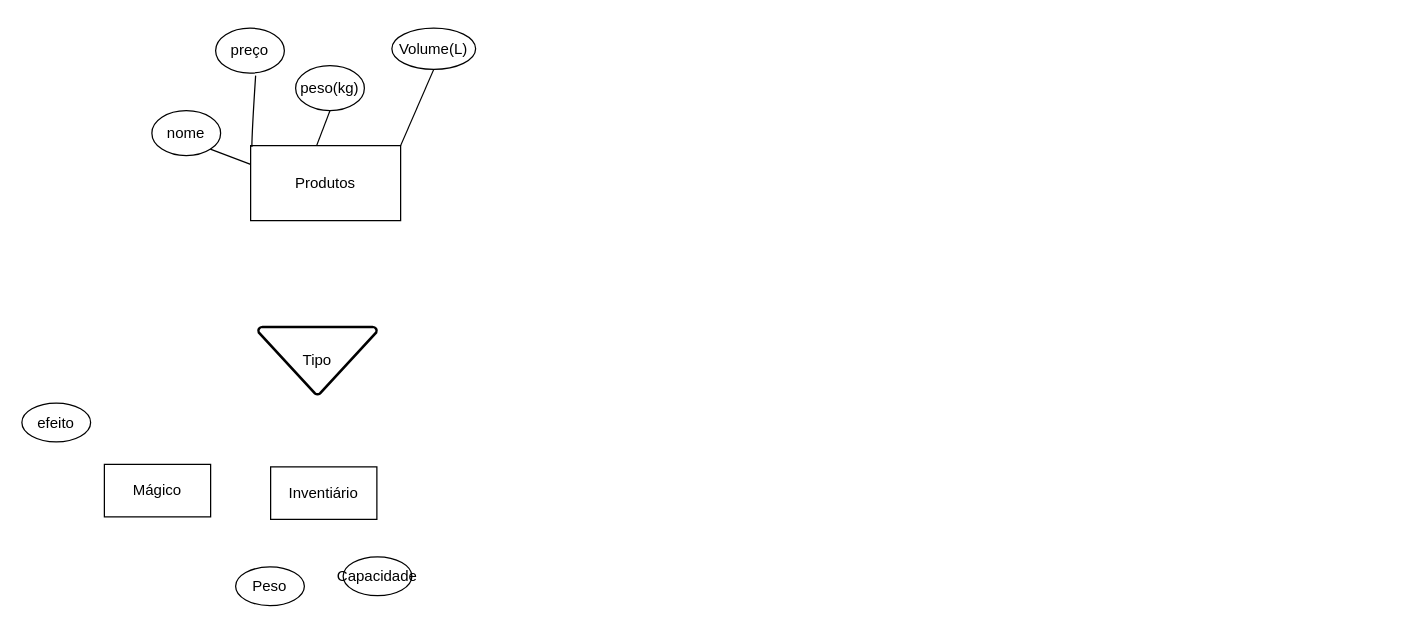
Earlier version of the draw.io diagram ProvaBD.drawio (Natalia-Dias22/Algoritmos3). Source tidied: cells renumbered, new cells numbered last; positions are measured from the earlier drawing's top-left corner, leaving out a move shared by most shapes. Both pictures are drawn from the tidied source at 125%, with x=0, y=0 at pixel (21, 28).
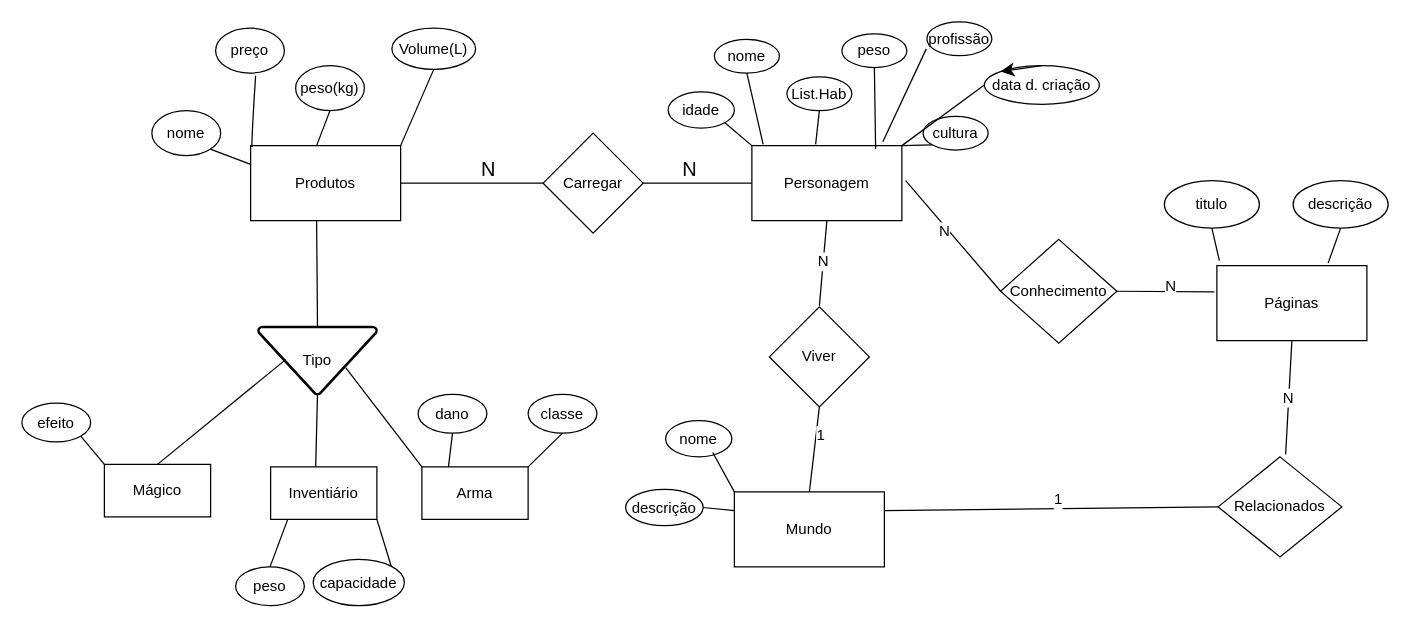
The same diagram, later.

Unchanged cells that the change refers to:
```xml
<mxCell id="2" value="Produtos" style="rounded=0;whiteSpace=wrap;html=1;" parent="1" vertex="1">
  <mxGeometry x="183" y="94" width="120" height="60" as="geometry" />
</mxCell>
<mxCell id="11" value="Tipo" style="strokeWidth=2;html=1;shape=mxgraph.flowchart.merge_or_storage;whiteSpace=wrap;" parent="1" vertex="1">
  <mxGeometry x="189" y="239" width="95" height="54" as="geometry" />
</mxCell>
<mxCell id="12" value="Mágico" style="rounded=0;whiteSpace=wrap;html=1;" parent="1" vertex="1">
  <mxGeometry x="66" y="349" width="85" height="42" as="geometry" />
</mxCell>
<mxCell id="13" value="efeito" style="ellipse;whiteSpace=wrap;html=1;" parent="1" vertex="1">
  <mxGeometry y="300" width="55" height="31" as="geometry" />
</mxCell>
<mxCell id="14" value="Inventiário" style="rounded=0;whiteSpace=wrap;html=1;" parent="1" vertex="1">
  <mxGeometry x="199" y="351" width="85" height="42" as="geometry" />
</mxCell>
```

Change to the diagram source:
```diff
@@
-    <mxCell id="15" value="Peso" style="ellipse;whiteSpace=wrap;html=1;" parent="1" vertex="1">
+    <mxCell id="15" value="peso" style="ellipse;whiteSpace=wrap;html=1;" parent="1" vertex="1">
       <mxGeometry x="171" y="431" width="55" height="31" as="geometry" />
     </mxCell>
-    <mxCell id="16" value="Capacidade" style="ellipse;whiteSpace=wrap;html=1;" parent="1" vertex="1">
-      <mxGeometry x="257" y="423" width="55" height="31" as="geometry" />
+    <mxCell id="16" value="capacidade" style="ellipse;whiteSpace=wrap;html=1;" parent="1" vertex="1">
+      <mxGeometry x="233" y="425" width="73" height="37" as="geometry" />
     </mxCell>
+    <mxCell id="17" value="classe" style="ellipse;whiteSpace=wrap;html=1;" parent="1" vertex="1">
+      <mxGeometry x="405" y="293" width="55" height="31" as="geometry" />
+    </mxCell>
+    <mxCell id="18" value="Arma" style="rounded=0;whiteSpace=wrap;html=1;" parent="1" vertex="1">
+      <mxGeometry x="320" y="351" width="85" height="42" as="geometry" />
+    </mxCell>
+    <mxCell id="19" value="dano" style="ellipse;whiteSpace=wrap;html=1;" parent="1" vertex="1">
+      <mxGeometry x="317" y="293" width="55" height="31" as="geometry" />
+    </mxCell>
+    <mxCell id="20" style="endArrow=none;html=1;rounded=0;fontSize=12;startSize=8;endSize=8;curved=1;entryX=0.5;entryY=0;entryDx=0;entryDy=0;entryPerimeter=0;exitX=0.44;exitY=1;exitDx=0;exitDy=0;exitPerimeter=0;" parent="1" edge="1" source="2" target="11">
+      <mxGeometry relative="1" as="geometry" />
+    </mxCell>
+    <mxCell id="21" style="endArrow=none;html=1;rounded=0;fontSize=12;startSize=8;endSize=8;curved=1;exitX=0.5;exitY=0;exitDx=0;exitDy=0;entryX=0.232;entryY=0.485;entryDx=0;entryDy=0;entryPerimeter=0;" parent="1" edge="1" source="12" target="11">
+      <mxGeometry relative="1" as="geometry" />
+    </mxCell>
+    <mxCell id="22" style="endArrow=none;html=1;rounded=0;fontSize=12;startSize=8;endSize=8;curved=1;entryX=0.5;entryY=1;entryDx=0;entryDy=0;entryPerimeter=0;exitX=0.424;exitY=-0.005;exitDx=0;exitDy=0;exitPerimeter=0;" parent="1" edge="1" source="14" target="11">
+      <mxGeometry relative="1" as="geometry" />
+    </mxCell>
+    <mxCell id="23" style="endArrow=none;html=1;rounded=0;fontSize=12;startSize=8;endSize=8;curved=1;entryX=0;entryY=0;entryDx=0;entryDy=0;exitX=0.737;exitY=0.604;exitDx=0;exitDy=0;exitPerimeter=0;" parent="1" edge="1" source="11" target="18">
+      <mxGeometry relative="1" as="geometry" />
+    </mxCell>
+    <mxCell id="24" style="endArrow=none;html=1;rounded=0;fontSize=12;startSize=8;endSize=8;curved=1;exitX=0;exitY=0;exitDx=0;exitDy=0;entryX=1;entryY=1;entryDx=0;entryDy=0;" parent="1" edge="1" source="12" target="13">
+      <mxGeometry relative="1" as="geometry" />
+    </mxCell>
+    <mxCell id="25" style="endArrow=none;html=1;rounded=0;fontSize=12;startSize=8;endSize=8;curved=1;exitX=0.25;exitY=0;exitDx=0;exitDy=0;entryX=0.5;entryY=1;entryDx=0;entryDy=0;" parent="1" edge="1" source="18" target="19">
+      <mxGeometry relative="1" as="geometry" />
+    </mxCell>
+    <mxCell id="26" style="endArrow=none;html=1;rounded=0;fontSize=12;startSize=8;endSize=8;curved=1;exitX=0.5;exitY=1;exitDx=0;exitDy=0;entryX=1;entryY=0;entryDx=0;entryDy=0;" parent="1" edge="1" source="17" target="18">
+      <mxGeometry relative="1" as="geometry" />
+    </mxCell>
+    <mxCell id="27" style="endArrow=none;html=1;rounded=0;fontSize=12;startSize=8;endSize=8;curved=1;exitX=0.16;exitY=1.005;exitDx=0;exitDy=0;entryX=0.5;entryY=0;entryDx=0;entryDy=0;exitPerimeter=0;" parent="1" edge="1" source="14" target="15">
+      <mxGeometry relative="1" as="geometry" />
+    </mxCell>
+    <mxCell id="28" value="Carregar" style="rhombus;whiteSpace=wrap;html=1;" parent="1" vertex="1">
+      <mxGeometry x="417" y="84" width="80" height="80" as="geometry" />
+    </mxCell>
+    <mxCell id="29" value="Personagem" style="rounded=0;whiteSpace=wrap;html=1;" parent="1" vertex="1">
+      <mxGeometry x="584" y="94" width="120" height="60" as="geometry" />
+    </mxCell>
+    <mxCell id="30" value="idade" style="ellipse;whiteSpace=wrap;html=1;" parent="1" vertex="1">
+      <mxGeometry x="517" y="51" width="53" height="29" as="geometry" />
+    </mxCell>
+    <mxCell id="31" value="nome" style="ellipse;whiteSpace=wrap;html=1;" parent="1" vertex="1">
+      <mxGeometry x="554" y="9" width="52" height="27" as="geometry" />
+    </mxCell>
+    <mxCell id="32" style="endArrow=none;html=1;rounded=0;fontSize=12;startSize=8;endSize=8;curved=1;entryX=0;entryY=0.5;entryDx=0;entryDy=0;exitX=1;exitY=0.5;exitDx=0;exitDy=0;" parent="1" edge="1" source="2" target="28">
+      <mxGeometry relative="1" as="geometry" />
+    </mxCell>
+    <mxCell id="33" style="endArrow=none;html=1;rounded=0;fontSize=12;startSize=8;endSize=8;curved=1;entryX=1;entryY=0.5;entryDx=0;entryDy=0;exitX=0;exitY=0.5;exitDx=0;exitDy=0;" parent="1" edge="1" source="29" target="28">
+      <mxGeometry relative="1" as="geometry" />
+    </mxCell>
+    <mxCell id="34" value="List.Hab" style="ellipse;whiteSpace=wrap;html=1;" parent="1" vertex="1">
+      <mxGeometry x="612" y="39" width="52" height="27" as="geometry" />
+    </mxCell>
+    <mxCell id="35" value="peso" style="ellipse;whiteSpace=wrap;html=1;" parent="1" vertex="1">
+      <mxGeometry x="656" y="4.5" width="52" height="27" as="geometry" />
+    </mxCell>
+    <mxCell id="36" value="profissão" style="ellipse;whiteSpace=wrap;html=1;" parent="1" vertex="1">
+      <mxGeometry x="724" y="-5" width="52" height="27" as="geometry" />
+    </mxCell>
+    <mxCell id="37" value="data d. criação" style="ellipse;whiteSpace=wrap;html=1;" parent="1" vertex="1">
+      <mxGeometry x="770" y="30" width="92" height="31" as="geometry" />
+    </mxCell>
+    <mxCell id="38" value="cultura" style="ellipse;whiteSpace=wrap;html=1;" parent="1" vertex="1">
+      <mxGeometry x="721" y="70.5" width="52" height="27" as="geometry" />
+    </mxCell>
+    <mxCell id="39" style="edgeStyle=none;curved=1;rounded=0;orthogonalLoop=1;jettySize=auto;html=1;exitX=0.5;exitY=0;exitDx=0;exitDy=0;entryX=0;entryY=0;entryDx=0;entryDy=0;fontSize=12;startSize=8;endSize=8;" parent="1" edge="1" source="37" target="37">
+      <mxGeometry relative="1" as="geometry" />
+    </mxCell>
+    <mxCell id="40" style="endArrow=none;html=1;rounded=0;fontSize=12;startSize=8;endSize=8;curved=1;entryX=0;entryY=0;entryDx=0;entryDy=0;exitX=1;exitY=1;exitDx=0;exitDy=0;" parent="1" edge="1" source="30" target="29">
+      <mxGeometry relative="1" as="geometry" />
+    </mxCell>
+    <mxCell id="41" style="endArrow=none;html=1;rounded=0;fontSize=12;startSize=8;endSize=8;curved=1;exitX=0.5;exitY=1;exitDx=0;exitDy=0;" parent="1" edge="1" source="31">
+      <mxGeometry relative="1" as="geometry">
+        <mxPoint x="593" y="93" as="targetPoint" />
+      </mxGeometry>
+    </mxCell>
+    <mxCell id="42" style="endArrow=none;html=1;rounded=0;fontSize=12;startSize=8;endSize=8;curved=1;entryX=1;entryY=0;entryDx=0;entryDy=0;exitX=0;exitY=1;exitDx=0;exitDy=0;" parent="1" edge="1" source="38" target="29">
+      <mxGeometry relative="1" as="geometry" />
+    </mxCell>
+    <mxCell id="43" style="endArrow=none;html=1;rounded=0;fontSize=12;startSize=8;endSize=8;curved=1;exitX=0.5;exitY=1;exitDx=0;exitDy=0;" parent="1" edge="1" source="34">
+      <mxGeometry relative="1" as="geometry">
+        <mxPoint x="635" y="93" as="targetPoint" />
+      </mxGeometry>
+    </mxCell>
+    <mxCell id="44" style="endArrow=none;html=1;rounded=0;fontSize=12;startSize=8;endSize=8;curved=1;entryX=0.825;entryY=0.043;entryDx=0;entryDy=0;exitX=0.5;exitY=1;exitDx=0;exitDy=0;entryPerimeter=0;" parent="1" edge="1" source="35" target="29">
+      <mxGeometry relative="1" as="geometry" />
+    </mxCell>
+    <mxCell id="45" style="endArrow=none;html=1;rounded=0;fontSize=12;startSize=8;endSize=8;curved=1;entryX=-0.009;entryY=0.8;entryDx=0;entryDy=0;exitX=0.873;exitY=-0.051;exitDx=0;exitDy=0;exitPerimeter=0;entryPerimeter=0;" parent="1" edge="1" source="29" target="36">
+      <mxGeometry relative="1" as="geometry" />
+    </mxCell>
+    <mxCell id="46" style="endArrow=none;html=1;rounded=0;fontSize=12;startSize=8;endSize=8;curved=1;entryX=1;entryY=0;entryDx=0;entryDy=0;exitX=0;exitY=0.5;exitDx=0;exitDy=0;" parent="1" edge="1" source="37" target="29">
+      <mxGeometry relative="1" as="geometry" />
+    </mxCell>
+    <mxCell id="47" value="N" style="text;html=1;align=center;verticalAlign=middle;strokeColor=none;fillColor=none;fontSize=16;" parent="1" vertex="1">
+      <mxGeometry x="519" y="97.5" width="30" height="31" as="geometry" />
+    </mxCell>
+    <mxCell id="48" value="N" style="text;html=1;align=center;verticalAlign=middle;strokeColor=none;fillColor=none;fontSize=16;" parent="1" vertex="1">
+      <mxGeometry x="357.5" y="97.5" width="30" height="31" as="geometry" />
+    </mxCell>
+    <mxCell id="49" value="Viver" style="rhombus;whiteSpace=wrap;html=1;" parent="1" vertex="1">
+      <mxGeometry x="598" y="223" width="80" height="80" as="geometry" />
+    </mxCell>
+    <mxCell id="50" value="Mundo" style="rounded=0;whiteSpace=wrap;html=1;" parent="1" vertex="1">
+      <mxGeometry x="570" y="371" width="120" height="60" as="geometry" />
+    </mxCell>
+    <mxCell id="51" value="nome" style="ellipse;whiteSpace=wrap;html=1;" parent="1" vertex="1">
+      <mxGeometry x="515" y="314" width="53" height="29" as="geometry" />
+    </mxCell>
+    <mxCell id="52" value="descrição" style="ellipse;whiteSpace=wrap;html=1;" parent="1" vertex="1">
+      <mxGeometry x="483" y="369" width="62" height="29" as="geometry" />
+    </mxCell>
+    <mxCell id="53" style="endArrow=none;html=1;rounded=0;fontSize=12;startSize=8;endSize=8;curved=1;exitX=0;exitY=0;exitDx=0;exitDy=0;entryX=0.711;entryY=0.881;entryDx=0;entryDy=0;entryPerimeter=0;" parent="1" edge="1" source="50" target="51">
+      <mxGeometry relative="1" as="geometry" />
+    </mxCell>
+    <mxCell id="54" style="endArrow=none;html=1;rounded=0;fontSize=12;startSize=8;endSize=8;curved=1;exitX=1;exitY=0.5;exitDx=0;exitDy=0;entryX=0;entryY=0.25;entryDx=0;entryDy=0;" parent="1" edge="1" source="52" target="50">
+      <mxGeometry relative="1" as="geometry" />
+    </mxCell>
+    <mxCell id="55" style="endArrow=none;html=1;rounded=0;fontSize=12;startSize=8;endSize=8;curved=1;exitX=1;exitY=0;exitDx=0;exitDy=0;entryX=1;entryY=1;entryDx=0;entryDy=0;" parent="1" edge="1" source="16" target="14">
+      <mxGeometry relative="1" as="geometry" />
+    </mxCell>
+    <mxCell id="56" style="endArrow=none;html=1;rounded=0;fontSize=12;startSize=8;endSize=8;curved=1;exitX=0.5;exitY=0;exitDx=0;exitDy=0;entryX=0.5;entryY=1;entryDx=0;entryDy=0;" parent="1" edge="1" source="50" target="49">
+      <mxGeometry relative="1" as="geometry" />
+    </mxCell>
+    <mxCell id="57" value="1&lt;div&gt;&lt;br&gt;&lt;/div&gt;" style="edgeLabel;html=1;align=center;verticalAlign=middle;fontSize=12;" parent="56" vertex="1">
+      <mxGeometry x="0.14" y="-4" relative="1" as="geometry" />
+    </mxCell>
+    <mxCell id="58" value="Conhecimento" style="rhombus;whiteSpace=wrap;html=1;" parent="1" vertex="1">
+      <mxGeometry x="783" y="169" width="93" height="83" as="geometry" />
+    </mxCell>
+    <mxCell id="59" value="Páginas" style="rounded=0;whiteSpace=wrap;html=1;" parent="1" vertex="1">
+      <mxGeometry x="956" y="190" width="120" height="60" as="geometry" />
+    </mxCell>
+    <mxCell id="60" value="titulo" style="ellipse;whiteSpace=wrap;html=1;" parent="1" vertex="1">
+      <mxGeometry x="914" y="122" width="76" height="38" as="geometry" />
+    </mxCell>
+    <mxCell id="61" value="descrição" style="ellipse;whiteSpace=wrap;html=1;" parent="1" vertex="1">
+      <mxGeometry x="1017" y="122" width="76" height="38" as="geometry" />
+    </mxCell>
+    <mxCell id="62" style="endArrow=none;html=1;rounded=0;fontSize=12;startSize=8;endSize=8;curved=1;exitX=0.5;exitY=1;exitDx=0;exitDy=0;" parent="1" edge="1" source="60">
+      <mxGeometry relative="1" as="geometry">
+        <mxPoint x="958" y="186" as="targetPoint" />
+      </mxGeometry>
+    </mxCell>
+    <mxCell id="63" style="endArrow=none;html=1;rounded=0;fontSize=12;startSize=8;endSize=8;curved=1;exitX=0.5;exitY=1;exitDx=0;exitDy=0;" parent="1" edge="1" source="61">
+      <mxGeometry relative="1" as="geometry">
+        <mxPoint x="1045" y="188" as="targetPoint" />
+      </mxGeometry>
+    </mxCell>
+    <mxCell id="64" value="Relacionados" style="rhombus;whiteSpace=wrap;html=1;" parent="1" vertex="1">
+      <mxGeometry x="957" y="343" width="99" height="80" as="geometry" />
+    </mxCell>
+    <mxCell id="65" style="endArrow=none;html=1;rounded=0;fontSize=12;startSize=8;endSize=8;curved=1;entryX=0;entryY=0.5;entryDx=0;entryDy=0;exitX=1;exitY=0.25;exitDx=0;exitDy=0;" parent="1" edge="1" source="50" target="64">
+      <mxGeometry relative="1" as="geometry" />
+    </mxCell>
+    <mxCell id="66" value="1&lt;div&gt;&lt;br&gt;&lt;/div&gt;" style="edgeLabel;html=1;align=center;verticalAlign=middle;fontSize=12;" parent="65" vertex="1">
+      <mxGeometry x="0.04" y="1" relative="1" as="geometry" />
+    </mxCell>
+    <mxCell id="67" style="endArrow=none;html=1;rounded=0;fontSize=12;startSize=8;endSize=8;curved=1;entryX=0.5;entryY=1;entryDx=0;entryDy=0;" parent="1" edge="1" target="59">
+      <mxGeometry relative="1" as="geometry">
+        <mxPoint x="1011" y="341" as="sourcePoint" />
+      </mxGeometry>
+    </mxCell>
+    <mxCell id="68" value="N" style="edgeLabel;html=1;align=center;verticalAlign=middle;fontSize=12;" parent="67" vertex="1">
+      <mxGeometry y="1" relative="1" as="geometry" />
+    </mxCell>
+    <mxCell id="69" style="endArrow=none;html=1;rounded=0;fontSize=12;startSize=8;endSize=8;curved=1;entryX=1;entryY=0.5;entryDx=0;entryDy=0;" parent="1" edge="1" target="58">
+      <mxGeometry relative="1" as="geometry">
+        <mxPoint x="954" y="211" as="sourcePoint" />
+      </mxGeometry>
+    </mxCell>
+    <mxCell id="70" value="N" style="edgeLabel;html=1;align=center;verticalAlign=middle;fontSize=12;" parent="69" vertex="1">
+      <mxGeometry x="-0.08" y="-4" relative="1" as="geometry" />
+    </mxCell>
+    <mxCell id="71" style="endArrow=none;html=1;rounded=0;fontSize=12;startSize=8;endSize=8;curved=1;entryX=0;entryY=0.5;entryDx=0;entryDy=0;" parent="1" edge="1" target="58">
+      <mxGeometry relative="1" as="geometry">
+        <mxPoint x="707" y="122" as="sourcePoint" />
+      </mxGeometry>
+    </mxCell>
+    <mxCell id="72" value="N" style="edgeLabel;html=1;align=center;verticalAlign=middle;fontSize=12;" parent="71" vertex="1">
+      <mxGeometry x="-0.12" y="-3" relative="1" as="geometry" />
+    </mxCell>
+    <mxCell id="73" style="endArrow=none;html=1;rounded=0;fontSize=12;startSize=8;endSize=8;curved=1;exitX=0.5;exitY=1;exitDx=0;exitDy=0;" parent="1" edge="1" source="29">
+      <mxGeometry relative="1" as="geometry">
+        <mxPoint x="638" y="222" as="targetPoint" />
+      </mxGeometry>
+    </mxCell>
+    <mxCell id="74" value="N" style="edgeLabel;html=1;align=center;verticalAlign=middle;fontSize=12;" parent="73" vertex="1">
+      <mxGeometry x="-0.04" y="-1" relative="1" as="geometry" />
+    </mxCell>
```
